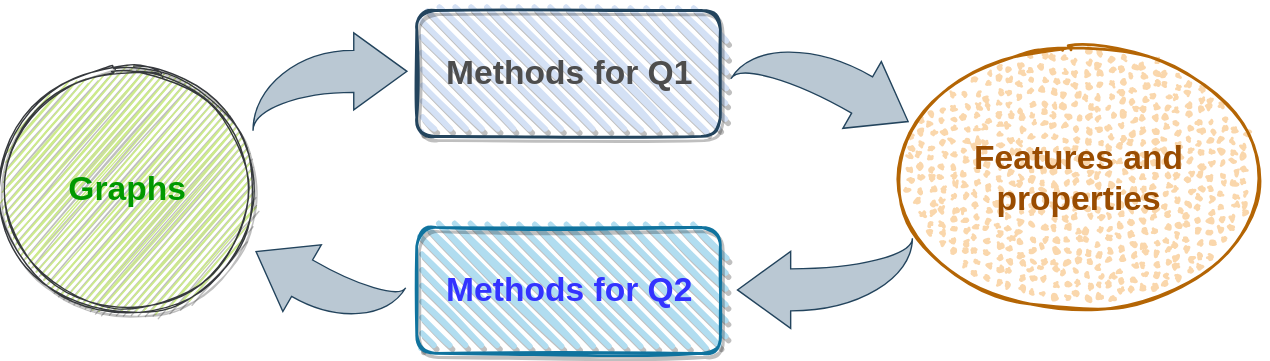
Above: machine_learning.svg in jajupmochi/phd_thesis (draw.io), before the change. Source tidied: cells renumbered, new cells last; positions are measured from the earlier drawing's top-left corner, leaving out a move shared by most shapes. Source of this version:
```xml
<mxGraphModel>
  <root>
    <mxCell id="0" />
    <mxCell id="1" parent="0" />
    <mxCell id="2" style="rounded=1;whiteSpace=wrap;html=1;strokeWidth=2;fillWeight=4;hachureGap=8;hachureAngle=45;sketch=1;strokeColor=#23445d;fillColor=#D4E1F5;shadow=1;glass=0;" parent="1" vertex="1">
      <mxGeometry x="297" width="217" height="90" as="geometry" />
    </mxCell>
    <mxCell id="3" value="Methods for Q1" style="text;strokeColor=none;fillColor=none;html=1;fontSize=24;fontStyle=1;verticalAlign=middle;align=center;fontColor=#4D4D4D;" parent="1" vertex="1">
      <mxGeometry x="355.5" y="25" width="100" height="40" as="geometry" />
    </mxCell>
    <mxCell id="4" style="rounded=1;whiteSpace=wrap;html=1;strokeWidth=2;fillWeight=4;hachureGap=8;hachureAngle=45;sketch=1;fillColor=#b1ddf0;strokeColor=#10739e;shadow=1;" parent="1" vertex="1">
      <mxGeometry x="297" y="155" width="217" height="90" as="geometry" />
    </mxCell>
    <mxCell id="5" value="Methods for Q2" style="text;strokeColor=none;fillColor=none;html=1;fontSize=24;fontStyle=1;verticalAlign=middle;align=center;fontColor=#3333FF;" parent="1" vertex="1">
      <mxGeometry x="355.5" y="180" width="100" height="40" as="geometry" />
    </mxCell>
    <mxCell id="6" style="ellipse;whiteSpace=wrap;html=1;strokeWidth=2;fillWeight=2;hachureGap=8;fillColor=#fad7ac;fillStyle=dots;sketch=1;strokeColor=#b46504;shadow=0;" parent="1" vertex="1">
      <mxGeometry x="635" y="30" width="270" height="180" as="geometry" />
    </mxCell>
    <mxCell id="7" value="&lt;div&gt;Features and &lt;br&gt;&lt;/div&gt;&lt;div&gt;properties &lt;/div&gt;" style="text;strokeColor=none;fillColor=none;html=1;fontSize=24;fontStyle=1;verticalAlign=middle;align=center;fontColor=#994C00;" parent="1" vertex="1">
      <mxGeometry x="720" y="100" width="100" height="40" as="geometry" />
    </mxCell>
    <mxCell id="8" style="ellipse;shape=doubleEllipse;whiteSpace=wrap;html=1;strokeColor=#36393d;fillColor=#cdeb8b;shadow=1;sketch=1;" parent="1" vertex="1">
      <mxGeometry y="38" width="180" height="180" as="geometry" />
    </mxCell>
    <mxCell id="9" value="Graphs" style="text;strokeColor=none;fillColor=none;html=1;fontSize=24;fontStyle=1;verticalAlign=middle;align=center;fontColor=#009900;" parent="1" vertex="1">
      <mxGeometry x="40" y="108" width="100" height="40" as="geometry" />
    </mxCell>
    <mxCell id="10" style="html=1;shadow=0;dashed=0;align=center;verticalAlign=middle;shape=mxgraph.arrows2.jumpInArrow;dy=15;dx=38;arrowHead=55;glass=0;sketch=0;strokeColor=#23445d;fillColor=#bac8d3;" parent="1" vertex="1">
      <mxGeometry x="180" y="16" width="110" height="70" as="geometry" />
    </mxCell>
    <mxCell id="11" style="html=1;shadow=0;dashed=0;align=center;verticalAlign=middle;shape=mxgraph.arrows2.jumpInArrow;dy=15;dx=38;arrowHead=55;glass=0;sketch=0;strokeColor=#23445d;fillColor=#bac8d3;rotation=30;" parent="1" vertex="1">
      <mxGeometry x="529.2" y="20" width="125" height="64.3" as="geometry" />
    </mxCell>
    <mxCell id="12" style="html=1;shadow=0;dashed=0;align=center;verticalAlign=middle;shape=mxgraph.arrows2.jumpInArrow;dy=15;dx=38;arrowHead=55;glass=0;sketch=0;strokeColor=#23445d;fillColor=#bac8d3;rotation=-180;" parent="1" vertex="1">
      <mxGeometry x="526.2" y="162.8" width="125" height="64.3" as="geometry" />
    </mxCell>
    <mxCell id="13" style="html=1;shadow=0;dashed=0;align=center;verticalAlign=middle;shape=mxgraph.arrows2.jumpInArrow;dy=15;dx=38;arrowHead=55;glass=0;sketch=0;strokeColor=#23445d;fillColor=#bac8d3;rotation=-150;" parent="1" vertex="1">
      <mxGeometry x="176" y="167.8" width="105.6" height="58.6" as="geometry" />
    </mxCell>
  </root>
</mxGraphModel>
```
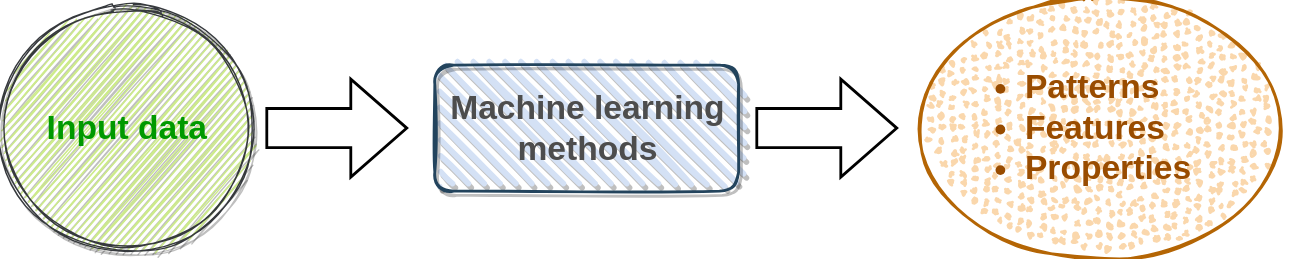
The same file after the commit.

What changed in the source:
```diff
@@ -3,40 +3,28 @@
     <mxCell id="0" />
     <mxCell id="1" parent="0" />
     <mxCell id="2" style="rounded=1;whiteSpace=wrap;html=1;strokeWidth=2;fillWeight=4;hachureGap=8;hachureAngle=45;sketch=1;strokeColor=#23445d;fillColor=#D4E1F5;shadow=1;glass=0;" parent="1" vertex="1">
-      <mxGeometry x="297" width="217" height="90" as="geometry" />
+      <mxGeometry x="310" y="75" width="217" height="90" as="geometry" />
     </mxCell>
-    <mxCell id="3" value="Methods for Q1" style="text;strokeColor=none;fillColor=none;html=1;fontSize=24;fontStyle=1;verticalAlign=middle;align=center;fontColor=#4D4D4D;" parent="1" vertex="1">
-      <mxGeometry x="355.5" y="25" width="100" height="40" as="geometry" />
+    <mxCell id="3" value="&lt;div&gt;Machine learning &lt;br&gt;&lt;/div&gt;&lt;div&gt;methods&lt;br&gt;&lt;/div&gt;" style="text;strokeColor=none;fillColor=none;html=1;fontSize=24;fontStyle=1;verticalAlign=middle;align=center;fontColor=#4D4D4D;" parent="1" vertex="1">
+      <mxGeometry x="368.5" y="100" width="100" height="40" as="geometry" />
     </mxCell>
-    <mxCell id="4" style="rounded=1;whiteSpace=wrap;html=1;strokeWidth=2;fillWeight=4;hachureGap=8;hachureAngle=45;sketch=1;fillColor=#b1ddf0;strokeColor=#10739e;shadow=1;" parent="1" vertex="1">
-      <mxGeometry x="297" y="155" width="217" height="90" as="geometry" />
-    </mxCell>
-    <mxCell id="5" value="Methods for Q2" style="text;strokeColor=none;fillColor=none;html=1;fontSize=24;fontStyle=1;verticalAlign=middle;align=center;fontColor=#3333FF;" parent="1" vertex="1">
-      <mxGeometry x="355.5" y="180" width="100" height="40" as="geometry" />
-    </mxCell>
     <mxCell id="6" style="ellipse;whiteSpace=wrap;html=1;strokeWidth=2;fillWeight=2;hachureGap=8;fillColor=#fad7ac;fillStyle=dots;sketch=1;strokeColor=#b46504;shadow=0;" parent="1" vertex="1">
-      <mxGeometry x="635" y="30" width="270" height="180" as="geometry" />
+      <mxGeometry x="650" y="30" width="270" height="180" as="geometry" />
     </mxCell>
-    <mxCell id="7" value="&lt;div&gt;Features and &lt;br&gt;&lt;/div&gt;&lt;div&gt;properties &lt;/div&gt;" style="text;strokeColor=none;fillColor=none;html=1;fontSize=24;fontStyle=1;verticalAlign=middle;align=center;fontColor=#994C00;" parent="1" vertex="1">
-      <mxGeometry x="720" y="100" width="100" height="40" as="geometry" />
-    </mxCell>
     <mxCell id="8" style="ellipse;shape=doubleEllipse;whiteSpace=wrap;html=1;strokeColor=#36393d;fillColor=#cdeb8b;shadow=1;sketch=1;" parent="1" vertex="1">
-      <mxGeometry y="38" width="180" height="180" as="geometry" />
+      <mxGeometry y="30" width="180" height="180" as="geometry" />
     </mxCell>
-    <mxCell id="9" value="Graphs" style="text;strokeColor=none;fillColor=none;html=1;fontSize=24;fontStyle=1;verticalAlign=middle;align=center;fontColor=#009900;" parent="1" vertex="1">
-      <mxGeometry x="40" y="108" width="100" height="40" as="geometry" />
+    <mxCell id="9" value="Input data" style="text;strokeColor=none;fillColor=none;html=1;fontSize=24;fontStyle=1;verticalAlign=middle;align=center;fontColor=#009900;" parent="1" vertex="1">
+      <mxGeometry x="40" y="100" width="100" height="40" as="geometry" />
     </mxCell>
-    <mxCell id="10" style="html=1;shadow=0;dashed=0;align=center;verticalAlign=middle;shape=mxgraph.arrows2.jumpInArrow;dy=15;dx=38;arrowHead=55;glass=0;sketch=0;strokeColor=#23445d;fillColor=#bac8d3;" parent="1" vertex="1">
-      <mxGeometry x="180" y="16" width="110" height="70" as="geometry" />
-    </mxCell>
-    <mxCell id="11" style="html=1;shadow=0;dashed=0;align=center;verticalAlign=middle;shape=mxgraph.arrows2.jumpInArrow;dy=15;dx=38;arrowHead=55;glass=0;sketch=0;strokeColor=#23445d;fillColor=#bac8d3;rotation=30;" parent="1" vertex="1">
-      <mxGeometry x="529.2" y="20" width="125" height="64.3" as="geometry" />
-    </mxCell>
-    <mxCell id="12" style="html=1;shadow=0;dashed=0;align=center;verticalAlign=middle;shape=mxgraph.arrows2.jumpInArrow;dy=15;dx=38;arrowHead=55;glass=0;sketch=0;strokeColor=#23445d;fillColor=#bac8d3;rotation=-180;" parent="1" vertex="1">
-      <mxGeometry x="526.2" y="162.8" width="125" height="64.3" as="geometry" />
-    </mxCell>
-    <mxCell id="13" style="html=1;shadow=0;dashed=0;align=center;verticalAlign=middle;shape=mxgraph.arrows2.jumpInArrow;dy=15;dx=38;arrowHead=55;glass=0;sketch=0;strokeColor=#23445d;fillColor=#bac8d3;rotation=-150;" parent="1" vertex="1">
-      <mxGeometry x="176" y="167.8" width="105.6" height="58.6" as="geometry" />
-    </mxCell>
+    <mxCell id="14" value="&lt;ul style=&quot;font-size: 24px;&quot;&gt;&lt;li style=&quot;font-size: 24px;&quot;&gt;Patterns&lt;br style=&quot;font-size: 24px;&quot;&gt;&lt;/li&gt;&lt;li style=&quot;font-size: 24px;&quot;&gt;Features&lt;br style=&quot;font-size: 24px;&quot;&gt;&lt;/li&gt;&lt;li style=&quot;font-size: 24px;&quot;&gt;Properties&lt;br style=&quot;font-size: 24px;&quot;&gt;&lt;/li&gt;&lt;/ul&gt;" style="text;strokeColor=none;fillColor=none;html=1;whiteSpace=wrap;verticalAlign=middle;overflow=hidden;fontSize=24;fontColor=#994C00;fontStyle=1;" parent="1" vertex="1">
+      <mxGeometry x="690" y="50" width="190" height="140" as="geometry" />
+    </mxCell>
+    <mxCell id="15" style="verticalLabelPosition=bottom;verticalAlign=top;html=1;strokeWidth=2;shape=mxgraph.arrows2.arrow;dy=0.6;dx=40;notch=0;fontSize=24;fontColor=#994C00;" parent="1" vertex="1">
+      <mxGeometry x="190" y="85" width="100" height="70" as="geometry" />
+    </mxCell>
+    <mxCell id="16" style="verticalLabelPosition=bottom;verticalAlign=top;html=1;strokeWidth=2;shape=mxgraph.arrows2.arrow;dy=0.6;dx=40;notch=0;fontSize=24;fontColor=#994C00;" parent="1" vertex="1">
+      <mxGeometry x="540" y="85" width="100" height="70" as="geometry" />
+    </mxCell>
   </root>
 </mxGraphModel>
```
